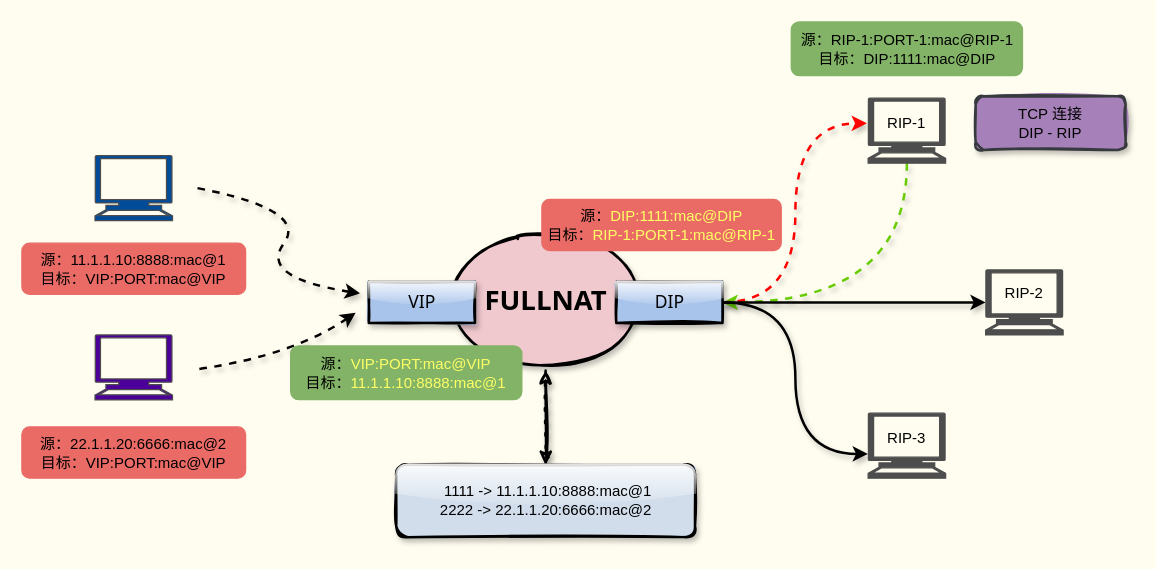
The draw.io diagram pictures/负载均衡/fullnat.drawio in boxtsecond/draw, before the edit. Source tidied: cells renumbered, new cells numbered last; positions are measured from the earlier drawing's top-left corner, leaving out a move shared by most shapes. Both pictures are drawn from the tidied source at 125%, with x=0, y=0 at pixel (21, 21).
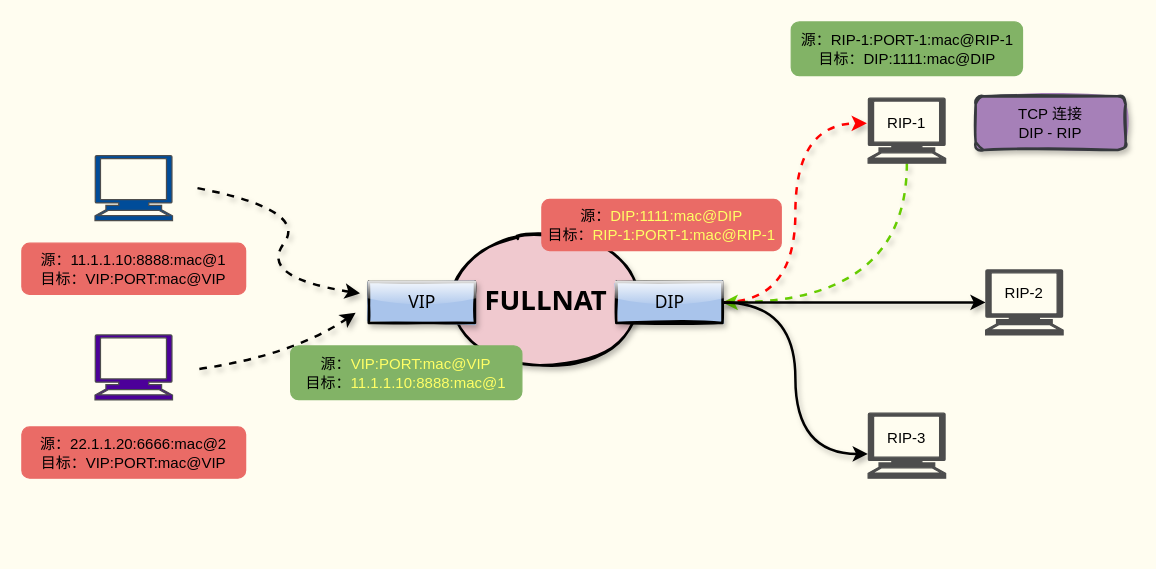
Above is the later version.

What changed in the source:
```diff
@@
-    <mxCell id="26" style="edgeStyle=orthogonalEdgeStyle;curved=1;sketch=1;jettySize=auto;html=1;shadow=1;dashed=1;dashPattern=1 4;strokeWidth=2;fontFamily=Tahoma;fontSize=14;" parent="1" edge="1" target="28">
-      <mxGeometry relative="1" as="geometry">
-        <mxPoint x="419" y="279" as="sourcePoint" />
-      </mxGeometry>
-    </mxCell>
-    <mxCell id="27" style="sketch=1;jettySize=auto;html=1;shadow=1;strokeWidth=2;fontFamily=Tahoma;fontSize=14;" parent="1" edge="1" source="28">
-      <mxGeometry relative="1" as="geometry">
-        <mxPoint x="419" y="279" as="targetPoint" />
-      </mxGeometry>
-    </mxCell>
-    <mxCell id="28" value="&lt;div style=&quot;font-family: &amp;#34;helvetica&amp;#34; ; font-size: 12px&quot;&gt;&lt;div&gt;&amp;nbsp;&lt;span&gt;1111 -&amp;gt;&amp;nbsp;&lt;/span&gt;&lt;span&gt;11.1.1.10:8888:mac@1&lt;/span&gt;&lt;/div&gt;&lt;div&gt;2222 -&amp;gt;&amp;nbsp;&lt;span&gt;22.1.1.20:6666:mac@2&lt;/span&gt;&lt;/div&gt;&lt;/div&gt;" style="whiteSpace=wrap;html=1;shadow=1;fontFamily=Tahoma;fontSize=14;strokeWidth=2;glass=1;sketch=1;fillStyle=solid;rounded=1;fillColor=#D1DDEB;" parent="1" vertex="1">
-      <mxGeometry x="299.5" y="354.2" width="239" height="58" as="geometry" />
-    </mxCell>
```
